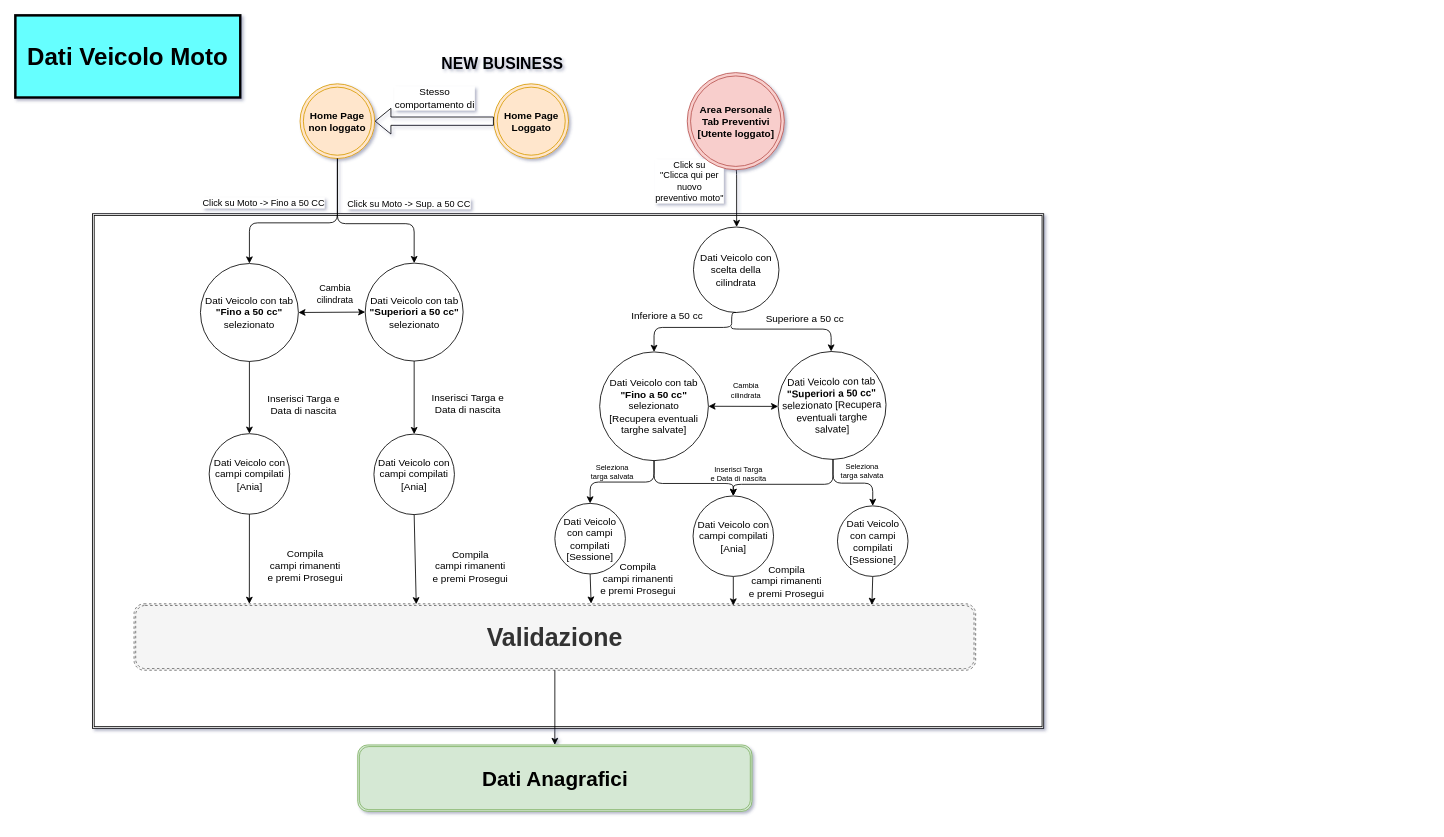
This is Dati Veicolo Moto.drawio from kaito93/Quixa, a draw.io file, before an edit. Source tidied: cells renumbered, new cells numbered last; positions are measured from the earlier drawing's top-left corner, leaving out a move shared by most shapes. Both pictures are drawn from the tidied source at 83%, with x=0, y=0 at pixel (15, 15).
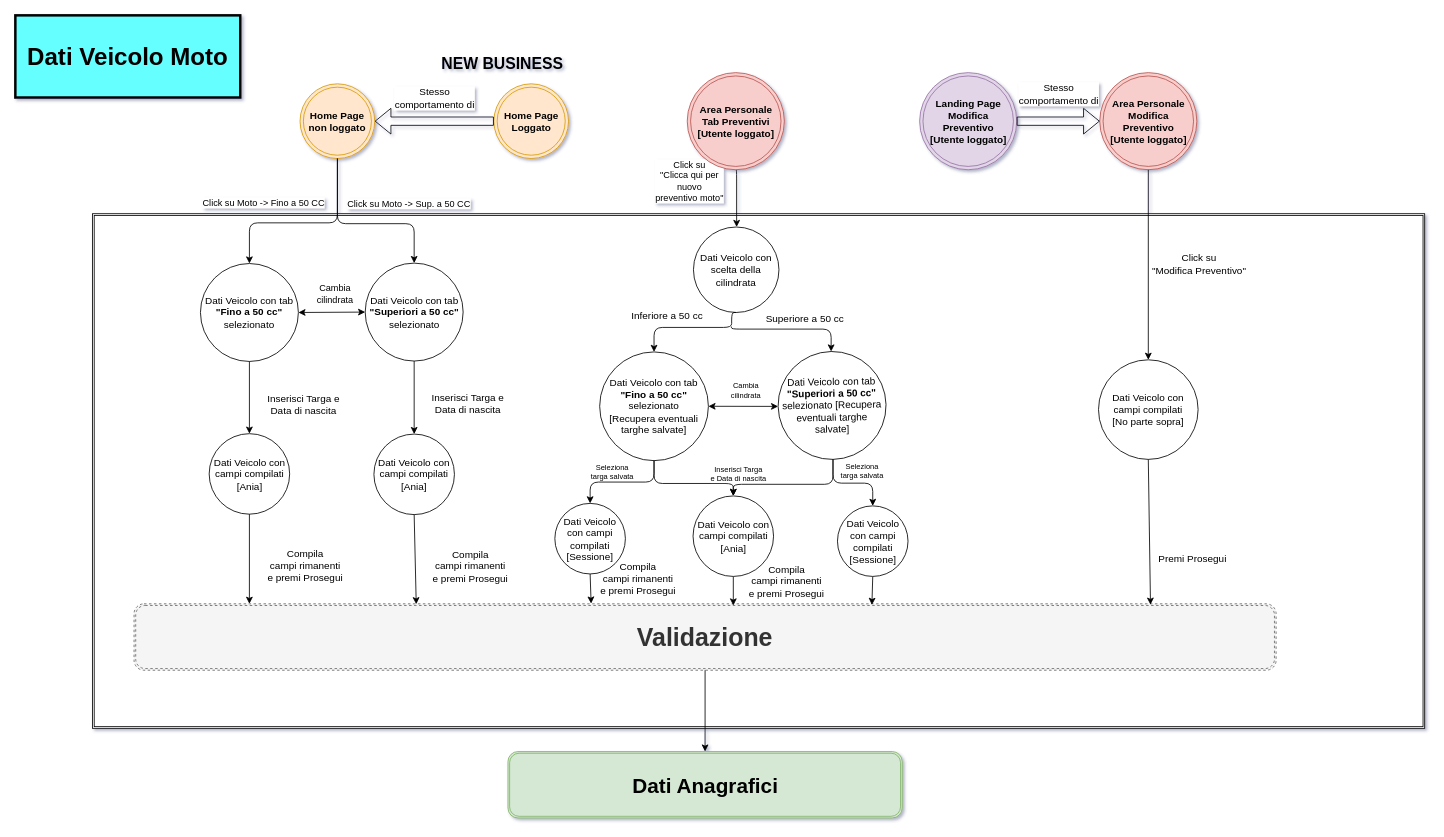
After the change.

The change refers to these unchanged cells:
```xml
<mxCell id="18" value="Dati Veicolo con campi compilati [Ania]" style="ellipse;whiteSpace=wrap;html=1;fontColor=#000000;" parent="1" vertex="1">
  <mxGeometry x="233.5" y="504" width="97" height="97" as="geometry" />
</mxCell>
```

Diff of the diagram source:
```diff
@@
     <mxCell id="2" style="shape=ext;double=1;rounded=0;whiteSpace=wrap;html=1;" parent="1" vertex="1">
-      <mxGeometry x="93" y="239" width="1146" height="620" as="geometry" />
+      <mxGeometry x="93" y="239" width="1605" height="620" as="geometry" />
     </mxCell>
@@
     <mxCell id="7" value="&lt;b&gt;&lt;font style=&quot;font-size: 30px&quot;&gt;Validazione&lt;/font&gt;&lt;/b&gt;" style="shape=ext;double=1;rounded=1;whiteSpace=wrap;html=1;strokeColor=#666666;dashed=1;shadow=0;glass=0;comic=0;fillColor=#f5f5f5;fontColor=#333333;" parent="1" vertex="1">
-      <mxGeometry x="143" y="709" width="1014" height="80" as="geometry" />
+      <mxGeometry x="143" y="709" width="1376" height="80" as="geometry" />
     </mxCell>
@@
     <mxCell id="12" value="&lt;b&gt;&lt;font style=&quot;font-size: 25px&quot;&gt;Dati Anagrafici&lt;/font&gt;&lt;/b&gt;" style="shape=ext;double=1;rounded=1;whiteSpace=wrap;html=1;fillColor=#d5e8d4;strokeColor=#82b366;" parent="1" vertex="1">
-      <mxGeometry x="412.5" y="879" width="475" height="80" as="geometry" />
+      <mxGeometry x="593.5" y="887" width="475" height="80" as="geometry" />
     </mxCell>
@@
-    <mxCell id="19" style="endArrow=classic;html=1;exitX=0.5;exitY=1;exitDx=0;exitDy=0;entryX=0.137;entryY=0;entryDx=0;entryDy=0;entryPerimeter=0;" parent="1" edge="1" source="18" target="7">
+    <mxCell id="19" style="endArrow=classic;html=1;exitX=0.5;exitY=1;exitDx=0;exitDy=0;entryX=0.101;entryY=0;entryDx=0;entryDy=0;entryPerimeter=0;" parent="1" edge="1" source="18" target="7">
       <mxGeometry relative="1" as="geometry" />
     </mxCell>
@@
+    <mxCell id="52" value="&lt;b&gt;Area Personale&lt;br&gt;Modifica Preventivo&lt;br&gt;[Utente loggato]&lt;/b&gt;&lt;br&gt;" style="ellipse;shape=doubleEllipse;whiteSpace=wrap;html=1;fillColor=#f8cecc;strokeColor=#b85450;" parent="1" vertex="1">
+      <mxGeometry x="1306.5" y="69" width="117" height="117" as="geometry" />
+    </mxCell>
+    <mxCell id="53" value="Dati Veicolo con campi compilati&lt;br&gt;[No parte sopra]&lt;br&gt;" style="ellipse;whiteSpace=wrap;html=1;fillColor=none;fontSize=12;" parent="1" vertex="1">
+      <mxGeometry x="1305" y="415" width="120" height="120" as="geometry" />
+    </mxCell>
+    <mxCell id="54" style="endArrow=classic;html=1;fontSize=12;entryX=0.5;entryY=0;entryDx=0;entryDy=0;exitX=0.5;exitY=1;exitDx=0;exitDy=0;" parent="1" edge="1" source="52" target="53">
+      <mxGeometry relative="1" as="geometry" />
+    </mxCell>
+    <mxCell id="55" value="Click su &lt;br&gt;&quot;Modifica Preventivo&quot;" style="text;html=1;align=center;verticalAlign=middle;labelBackgroundColor=#ffffff;fontSize=12;" parent="54" vertex="1">
+      <mxGeometry x="0.22" y="-1" relative="1" as="geometry">
+        <mxPoint x="61" y="-27" as="offset" />
+      </mxGeometry>
+    </mxCell>
+    <mxCell id="56" style="endArrow=classic;html=1;fontSize=12;exitX=0.5;exitY=1;exitDx=0;exitDy=0;entryX=0.89;entryY=0.013;entryDx=0;entryDy=0;entryPerimeter=0;" parent="1" edge="1" source="53" target="7">
+      <mxGeometry relative="1" as="geometry" />
+    </mxCell>
+    <mxCell id="57" value="Premi Prosegui" style="text;html=1;align=center;verticalAlign=middle;labelBackgroundColor=#ffffff;fontSize=12;" parent="56" vertex="1">
+      <mxGeometry x="0.33" y="1" relative="1" as="geometry">
+        <mxPoint x="50" y="4" as="offset" />
+      </mxGeometry>
+    </mxCell>
+    <mxCell id="58" value="&lt;b&gt;Landing Page&lt;br&gt;Modifica Preventivo&lt;br&gt;[Utente loggato]&lt;/b&gt;&lt;br&gt;" style="ellipse;shape=doubleEllipse;whiteSpace=wrap;html=1;fillColor=#e1d5e7;strokeColor=#9673a6;" parent="1" vertex="1">
+      <mxGeometry x="1089.5" y="69" width="117" height="117" as="geometry" />
+    </mxCell>
+    <mxCell id="59" style="shape=flexArrow;endArrow=classic;html=1;fontSize=12;entryX=0;entryY=0.5;entryDx=0;entryDy=0;exitX=1;exitY=0.5;exitDx=0;exitDy=0;" parent="1" edge="1" source="58" target="52">
+      <mxGeometry relative="1" as="geometry" />
+    </mxCell>
+    <mxCell id="60" value="Stesso &lt;br&gt;comportamento di" style="text;html=1;align=center;verticalAlign=middle;labelBackgroundColor=#ffffff;" parent="1" vertex="1">
+      <mxGeometry x="1235" y="119.2" as="geometry">
+        <mxPoint x="21" y="-24.5" as="offset" />
+      </mxGeometry>
+    </mxCell>
```
